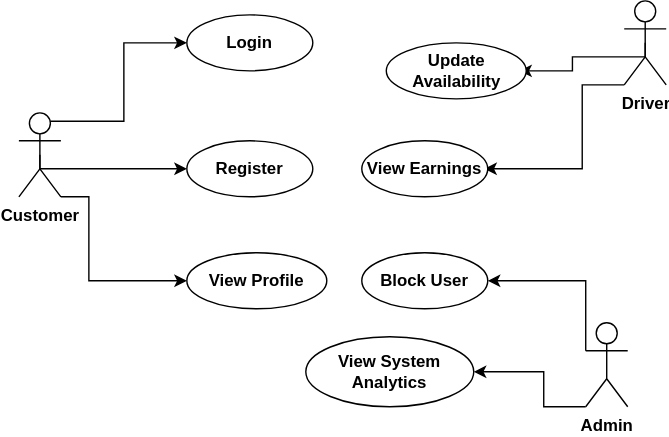
CodeAiE/Exercise keeps this draw.io diagram as Week-4/Use Case Diagram.drawio.svg. Above is the earlier version. Source tidied: cells renumbered, new cells last; positions are measured from the earlier drawing's top-left corner, leaving out a move shared by most shapes. Its diagram source:
```xml
<mxGraphModel background="light-dark(#FFFFFF,#000000)">
  <root>
    <mxCell id="0" />
    <mxCell id="1" parent="0" />
    <mxCell id="2" style="edgeStyle=orthogonalEdgeStyle;rounded=0;jettySize=auto;html=1;exitX=0.75;exitY=0.1;exitDx=0;exitDy=0;exitPerimeter=0;entryX=0;entryY=0.5;entryDx=0;entryDy=0;" parent="1" edge="1" source="5" target="12">
      <mxGeometry relative="1" as="geometry" />
    </mxCell>
    <mxCell id="3" style="edgeStyle=orthogonalEdgeStyle;rounded=0;jettySize=auto;html=1;exitX=0.5;exitY=0.5;exitDx=0;exitDy=0;exitPerimeter=0;entryX=0;entryY=0.5;entryDx=0;entryDy=0;" parent="1" edge="1" source="5">
      <mxGeometry relative="1" as="geometry">
        <mxPoint x="120" y="120" as="targetPoint" />
        <Array as="points">
          <mxPoint x="15" y="120" />
        </Array>
      </mxGeometry>
    </mxCell>
    <mxCell id="4" style="edgeStyle=orthogonalEdgeStyle;rounded=0;jettySize=auto;html=1;exitX=1;exitY=1;exitDx=0;exitDy=0;exitPerimeter=0;entryX=0;entryY=0.5;entryDx=0;entryDy=0;" parent="1" edge="1" source="5">
      <mxGeometry relative="1" as="geometry">
        <mxPoint x="120" y="200" as="targetPoint" />
        <Array as="points">
          <mxPoint x="50" y="140" />
          <mxPoint x="50" y="200" />
        </Array>
      </mxGeometry>
    </mxCell>
    <mxCell id="5" value="Customer" style="shape=umlActor;verticalLabelPosition=bottom;verticalAlign=top;html=1;outlineConnect=0;fontStyle=1;" parent="1" vertex="1">
      <mxGeometry y="80" width="30" height="60" as="geometry" />
    </mxCell>
    <mxCell id="6" style="edgeStyle=orthogonalEdgeStyle;rounded=0;jettySize=auto;html=1;exitX=0;exitY=1;exitDx=0;exitDy=0;exitPerimeter=0;" parent="1" edge="1" source="8">
      <mxGeometry relative="1" as="geometry">
        <mxPoint x="332.5" y="120" as="targetPoint" />
        <Array as="points">
          <mxPoint x="402.5" y="60" />
          <mxPoint x="402.5" y="120" />
        </Array>
      </mxGeometry>
    </mxCell>
    <mxCell id="7" style="edgeStyle=orthogonalEdgeStyle;rounded=0;jettySize=auto;html=1;exitX=0.5;exitY=0.5;exitDx=0;exitDy=0;exitPerimeter=0;entryX=1;entryY=0.5;entryDx=0;entryDy=0;" parent="1" edge="1" source="8">
      <mxGeometry relative="1" as="geometry">
        <mxPoint x="357.5" y="50" as="targetPoint" />
        <Array as="points">
          <mxPoint x="447.5" y="40" />
          <mxPoint x="395.5" y="40" />
          <mxPoint x="395.5" y="50" />
        </Array>
      </mxGeometry>
    </mxCell>
    <mxCell id="8" value="&lt;b&gt;Driver&lt;/b&gt;" style="shape=umlActor;verticalLabelPosition=bottom;verticalAlign=top;html=1;outlineConnect=0;" parent="1" vertex="1">
      <mxGeometry x="432.5" width="30" height="60" as="geometry" />
    </mxCell>
    <mxCell id="9" style="edgeStyle=orthogonalEdgeStyle;rounded=0;jettySize=auto;html=1;exitX=0;exitY=0.3333333333333333;exitDx=0;exitDy=0;exitPerimeter=0;entryX=1;entryY=0.5;entryDx=0;entryDy=0;" parent="1" edge="1" source="11" target="16">
      <mxGeometry relative="1" as="geometry">
        <Array as="points">
          <mxPoint x="405" y="200" />
        </Array>
      </mxGeometry>
    </mxCell>
    <mxCell id="10" style="edgeStyle=orthogonalEdgeStyle;rounded=0;jettySize=auto;html=1;exitX=0;exitY=1;exitDx=0;exitDy=0;exitPerimeter=0;entryX=1;entryY=0.5;entryDx=0;entryDy=0;" parent="1" edge="1" source="11" target="15">
      <mxGeometry relative="1" as="geometry">
        <Array as="points">
          <mxPoint x="375" y="290" />
          <mxPoint x="375" y="265" />
        </Array>
      </mxGeometry>
    </mxCell>
    <mxCell id="11" value="Admin" style="shape=umlActor;verticalLabelPosition=bottom;verticalAlign=top;html=1;outlineConnect=0;fontStyle=1;" parent="1" vertex="1">
      <mxGeometry x="405" y="230" width="30" height="60" as="geometry" />
    </mxCell>
    <mxCell id="12" value="&lt;b&gt;&lt;font&gt;&lt;br&gt;Login&lt;br&gt;&lt;br&gt;&lt;/font&gt;&lt;/b&gt;" style="ellipse;whiteSpace=wrap;html=1;" parent="1" vertex="1">
      <mxGeometry x="120" y="10" width="90" height="40" as="geometry" />
    </mxCell>
    <mxCell id="13" value="&lt;b&gt;Update Availability&lt;/b&gt;" style="ellipse;whiteSpace=wrap;html=1;" parent="1" vertex="1">
      <mxGeometry x="262.5" y="30" width="100" height="40" as="geometry" />
    </mxCell>
    <mxCell id="14" value="&lt;b&gt;View Earnings&lt;/b&gt;" style="ellipse;whiteSpace=wrap;html=1;" parent="1" vertex="1">
      <mxGeometry x="245" y="100" width="90" height="40" as="geometry" />
    </mxCell>
    <mxCell id="15" value="&lt;b&gt;View System Analytics&lt;/b&gt;" style="ellipse;whiteSpace=wrap;html=1;" parent="1" vertex="1">
      <mxGeometry x="205" y="240" width="120" height="50" as="geometry" />
    </mxCell>
    <mxCell id="16" value="&lt;b&gt;Block User&lt;/b&gt;" style="ellipse;whiteSpace=wrap;html=1;" parent="1" vertex="1">
      <mxGeometry x="245" y="180" width="90" height="40" as="geometry" />
    </mxCell>
    <mxCell id="17" value="&lt;b&gt;View Profile&lt;/b&gt;" style="ellipse;whiteSpace=wrap;html=1;" parent="1" vertex="1">
      <mxGeometry x="120" y="180" width="100" height="40" as="geometry" />
    </mxCell>
    <mxCell id="18" value="&lt;b&gt;Register&lt;/b&gt;" style="ellipse;whiteSpace=wrap;html=1;" parent="1" vertex="1">
      <mxGeometry x="120" y="100" width="90" height="40" as="geometry" />
    </mxCell>
  </root>
</mxGraphModel>
```
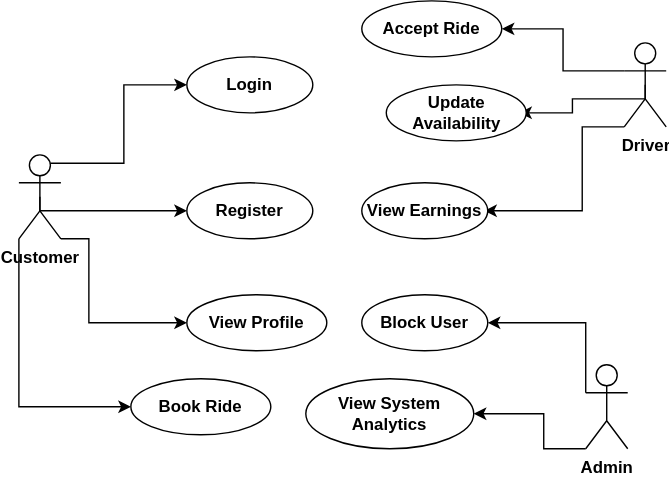
Above is the later version.

The edit, as a diff of the source:
```diff
@@ -22,6 +22,9 @@
         </Array>
       </mxGeometry>
     </mxCell>
+    <mxCell id="19" style="edgeStyle=orthogonalEdgeStyle;rounded=0;jettySize=auto;html=1;exitX=0;exitY=1;exitDx=0;exitDy=0;exitPerimeter=0;entryX=0;entryY=0.5;entryDx=0;entryDy=0;" parent="1" edge="1" source="5" target="21">
+      <mxGeometry relative="1" as="geometry" />
+    </mxCell>
     <mxCell id="5" value="Customer" style="shape=umlActor;verticalLabelPosition=bottom;verticalAlign=top;html=1;outlineConnect=0;fontStyle=1;" parent="1" vertex="1">
       <mxGeometry y="80" width="30" height="60" as="geometry" />
     </mxCell>
@@ -44,6 +47,9 @@
         </Array>
       </mxGeometry>
     </mxCell>
+    <mxCell id="20" style="edgeStyle=orthogonalEdgeStyle;rounded=0;jettySize=auto;html=1;exitX=0;exitY=0.3333333333333333;exitDx=0;exitDy=0;exitPerimeter=0;entryX=1;entryY=0.5;entryDx=0;entryDy=0;" parent="1" edge="1" source="8" target="22">
+      <mxGeometry relative="1" as="geometry" />
+    </mxCell>
     <mxCell id="8" value="&lt;b&gt;Driver&lt;/b&gt;" style="shape=umlActor;verticalLabelPosition=bottom;verticalAlign=top;html=1;outlineConnect=0;" parent="1" vertex="1">
       <mxGeometry x="432.5" width="30" height="60" as="geometry" />
     </mxCell>
@@ -86,5 +92,11 @@
     <mxCell id="18" value="&lt;b&gt;Register&lt;/b&gt;" style="ellipse;whiteSpace=wrap;html=1;" parent="1" vertex="1">
       <mxGeometry x="120" y="100" width="90" height="40" as="geometry" />
     </mxCell>
+    <mxCell id="21" value="&lt;b&gt;Book Ride&lt;/b&gt;" style="ellipse;whiteSpace=wrap;html=1;" parent="1" vertex="1">
+      <mxGeometry x="80" y="240" width="100" height="40" as="geometry" />
+    </mxCell>
+    <mxCell id="22" value="&lt;b&gt;Accept Ride&lt;/b&gt;" style="ellipse;whiteSpace=wrap;html=1;" parent="1" vertex="1">
+      <mxGeometry x="245" y="-30" width="100" height="40" as="geometry" />
+    </mxCell>
   </root>
 </mxGraphModel>
```
